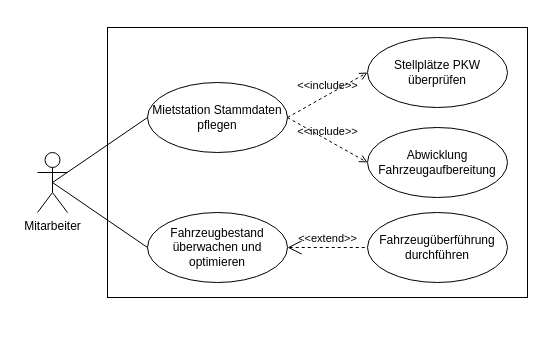
The draw.io diagram E1 - Jan/E1 - UseCase.drawio in JanUwU42/SoftwareEngineeringProjektarbeit, before the edit. Source tidied: cells renumbered, new cells numbered last; positions are measured from the earlier drawing's top-left corner, leaving out a move shared by most shapes. Both pictures are drawn from the tidied source at 100%, with x=0, y=0 at pixel (37, 27).
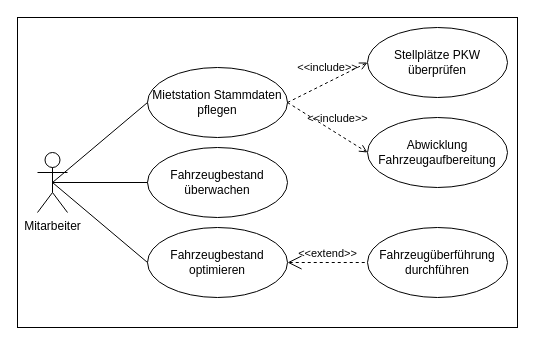
After the change.

The edit, as a diff of the source:
```diff
@@
 <mxGraphModel>
   <root>
     <mxCell id="0" />
     <mxCell id="1" parent="0" />
     <mxCell id="2" value="Mitarbeiter" style="shape=umlActor;html=1;verticalLabelPosition=bottom;verticalAlign=top;align=center;" parent="1" vertex="1">
       <mxGeometry y="125" width="30" height="60" as="geometry" />
     </mxCell>
     <mxCell id="3" value="Mietstation Stammdaten pflegen" style="ellipse;whiteSpace=wrap;html=1;" parent="1" vertex="1">
-      <mxGeometry x="110" y="55" width="140" height="70" as="geometry" />
+      <mxGeometry x="110" y="40" width="140" height="70" as="geometry" />
     </mxCell>
-    <mxCell id="4" value="Fahrzeugbestand überwachen und optimieren" style="ellipse;whiteSpace=wrap;html=1;" parent="1" vertex="1">
-      <mxGeometry x="110" y="185" width="140" height="70" as="geometry" />
+    <mxCell id="4" value="Fahrzeugbestand überwachen" style="ellipse;whiteSpace=wrap;html=1;" parent="1" vertex="1">
+      <mxGeometry x="110" y="120" width="140" height="70" as="geometry" />
     </mxCell>
     <mxCell id="5" value="Fahrzeugüberführung durchführen" style="ellipse;whiteSpace=wrap;html=1;" parent="1" vertex="1">
-      <mxGeometry x="330" y="185" width="140" height="70" as="geometry" />
+      <mxGeometry x="330" y="200" width="140" height="70" as="geometry" />
     </mxCell>
     <mxCell id="6" style="edgeStyle=none;html=1;endArrow=none;verticalAlign=bottom;rounded=0;exitX=0.5;exitY=0.5;exitDx=0;exitDy=0;exitPerimeter=0;entryX=0;entryY=0.5;entryDx=0;entryDy=0;" parent="1" edge="1" source="2" target="4">
       <mxGeometry relative="1" as="geometry" />
     </mxCell>
     <mxCell id="7" style="edgeStyle=none;html=1;endArrow=none;verticalAlign=bottom;rounded=0;exitX=0.5;exitY=0.5;exitDx=0;exitDy=0;exitPerimeter=0;entryX=0;entryY=0.5;entryDx=0;entryDy=0;" parent="1" edge="1" source="2" target="3">
       <mxGeometry relative="1" as="geometry" />
     </mxCell>
     <mxCell id="8" value="Stellplätze PKW überprüfen" style="ellipse;whiteSpace=wrap;html=1;" parent="1" vertex="1">
-      <mxGeometry x="330" y="10" width="140" height="70" as="geometry" />
+      <mxGeometry x="330" width="140" height="70" as="geometry" />
     </mxCell>
-    <mxCell id="9" value="&amp;lt;&amp;lt;extend&amp;gt;&amp;gt;" style="edgeStyle=none;html=1;startArrow=open;endArrow=none;startSize=12;verticalAlign=bottom;dashed=1;labelBackgroundColor=none;rounded=0;exitX=1;exitY=0.5;exitDx=0;exitDy=0;entryX=0;entryY=0.5;entryDx=0;entryDy=0;" parent="1" edge="1" source="4" target="5">
+    <mxCell id="9" value="&amp;lt;&amp;lt;extend&amp;gt;&amp;gt;" style="edgeStyle=none;html=1;startArrow=open;endArrow=none;startSize=12;verticalAlign=bottom;dashed=1;labelBackgroundColor=none;rounded=0;exitX=1;exitY=0.5;exitDx=0;exitDy=0;entryX=0;entryY=0.5;entryDx=0;entryDy=0;" parent="1" edge="1" source="14" target="5">
       <mxGeometry relative="1" as="geometry" />
     </mxCell>
     <mxCell id="10" value="&amp;lt;&amp;lt;include&amp;gt;&amp;gt;" style="edgeStyle=none;html=1;endArrow=open;verticalAlign=bottom;dashed=1;labelBackgroundColor=none;rounded=0;entryX=0;entryY=0.5;entryDx=0;entryDy=0;exitX=1;exitY=0.5;exitDx=0;exitDy=0;" parent="1" edge="1" source="3" target="8">
-      <mxGeometry relative="1" as="geometry" />
+      <mxGeometry x="0.05" y="4" relative="1" as="geometry">
+        <mxPoint y="-1" as="offset" />
+      </mxGeometry>
     </mxCell>
     <mxCell id="11" value="Abwicklung Fahrzeugaufbereitung" style="ellipse;whiteSpace=wrap;html=1;" parent="1" vertex="1">
-      <mxGeometry x="330" y="100" width="140" height="70" as="geometry" />
+      <mxGeometry x="330" y="90" width="140" height="70" as="geometry" />
     </mxCell>
     <mxCell id="12" value="&amp;lt;&amp;lt;include&amp;gt;&amp;gt;" style="edgeStyle=none;html=1;endArrow=open;verticalAlign=bottom;dashed=1;labelBackgroundColor=none;rounded=0;exitX=1;exitY=0.5;exitDx=0;exitDy=0;entryX=0;entryY=0.5;entryDx=0;entryDy=0;" parent="1" edge="1" source="3" target="11">
-      <mxGeometry relative="1" as="geometry" />
+      <mxGeometry x="0.18" y="5" relative="1" as="geometry" />
     </mxCell>
     <mxCell id="13" style="rounded=0;whiteSpace=wrap;html=1;fillColor=none;" parent="1" vertex="1">
-      <mxGeometry x="70" width="420" height="270" as="geometry" />
+      <mxGeometry x="-20" y="-10" width="500" height="310" as="geometry" />
     </mxCell>
+    <mxCell id="14" value="Fahrzeugbestand optimieren" style="ellipse;whiteSpace=wrap;html=1;" parent="1" vertex="1">
+      <mxGeometry x="110" y="200" width="140" height="70" as="geometry" />
+    </mxCell>
+    <mxCell id="15" style="edgeStyle=none;html=1;endArrow=none;verticalAlign=bottom;rounded=0;exitX=0.5;exitY=0.5;exitDx=0;exitDy=0;exitPerimeter=0;entryX=0;entryY=0.5;entryDx=0;entryDy=0;" parent="1" edge="1" source="2" target="14">
+      <mxGeometry relative="1" as="geometry" />
+    </mxCell>
   </root>
 </mxGraphModel>
```
